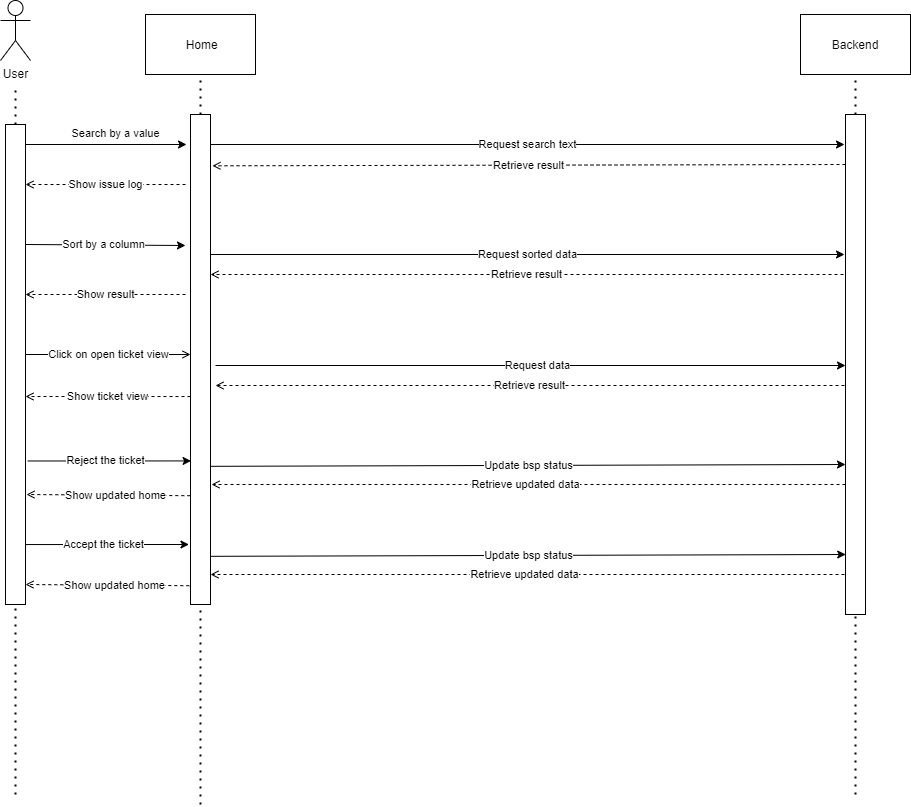
Earlier version of the draw.io export Sequence Diagrams/sequence Approvals.png (DiWeera98/IN2900Docs). Source tidied: cells renumbered, new cells last; positions are measured from the earlier drawing's top-left corner, leaving out a move shared by most shapes.
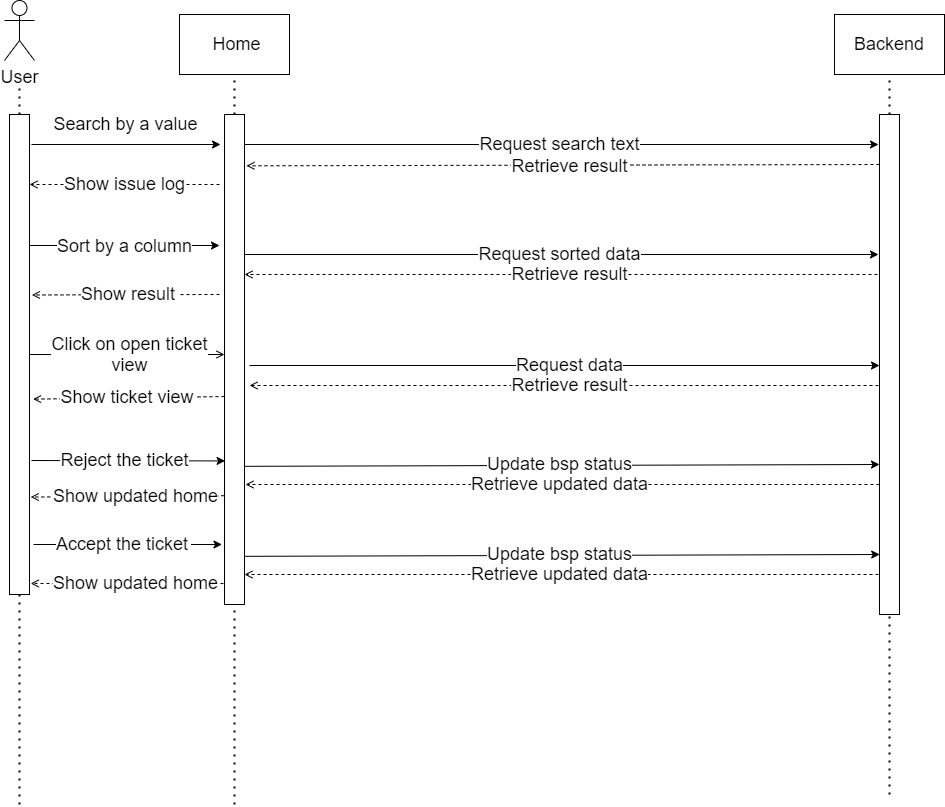
After the change.

What changed in the source:
```diff
@@ -2,15 +2,15 @@
   <root>
     <mxCell id="0" />
     <mxCell id="1" parent="0" />
-    <mxCell id="2" value="&amp;nbsp;Home" style="rounded=0;whiteSpace=wrap;html=1;" parent="1" vertex="1">
+    <mxCell id="2" value="&lt;font style=&quot;font-size: 18px&quot;&gt;&amp;nbsp;Home&lt;/font&gt;" style="rounded=0;whiteSpace=wrap;html=1;" parent="1" vertex="1">
       <mxGeometry x="145" y="14" width="110" height="60" as="geometry" />
     </mxCell>
-    <mxCell id="3" value="Backend" style="rounded=0;whiteSpace=wrap;html=1;" parent="1" vertex="1">
+    <mxCell id="3" value="&lt;font style=&quot;font-size: 18px&quot;&gt;Backend&lt;/font&gt;" style="rounded=0;whiteSpace=wrap;html=1;" parent="1" vertex="1">
       <mxGeometry x="800" y="14" width="110" height="60" as="geometry" />
     </mxCell>
     <mxCell id="4" style="endArrow=none;dashed=1;html=1;dashPattern=1 3;strokeWidth=2;" parent="1" edge="1" source="15">
       <mxGeometry relative="1" as="geometry">
-        <mxPoint x="15" y="84" as="targetPoint" />
+        <mxPoint x="-15" y="84" as="targetPoint" />
       </mxGeometry>
     </mxCell>
     <mxCell id="5" style="endArrow=none;dashed=1;html=1;dashPattern=1 3;strokeWidth=2;entryX=0.5;entryY=1;entryDx=0;entryDy=0;" parent="1" edge="1" source="17" target="2">
@@ -19,55 +19,54 @@
     <mxCell id="6" style="endArrow=none;dashed=1;html=1;dashPattern=1 3;strokeWidth=2;entryX=0.5;entryY=1;entryDx=0;entryDy=0;" parent="1" edge="1" source="23" target="3">
       <mxGeometry relative="1" as="geometry" />
     </mxCell>
-    <mxCell id="7" value="Request sorted data" style="endArrow=classic;html=1;" parent="1" edge="1">
-      <mxGeometry relative="1" as="geometry">
+    <mxCell id="7" value="&lt;font style=&quot;font-size: 18px&quot;&gt;Request sorted data&lt;/font&gt;" style="endArrow=classic;html=1;" parent="1" edge="1">
+      <mxGeometry x="-0.01" relative="1" as="geometry">
         <mxPoint x="210" y="254" as="sourcePoint" />
         <mxPoint x="844" y="254" as="targetPoint" />
       </mxGeometry>
     </mxCell>
-    <mxCell id="8" value="Retrieve result" style="endArrow=open;html=1;dashed=1;endFill=0;" parent="1" edge="1">
-      <mxGeometry relative="1" as="geometry">
+    <mxCell id="8" value="&lt;font style=&quot;font-size: 18px&quot;&gt;Retrieve result&lt;/font&gt;" style="endArrow=open;html=1;dashed=1;endFill=0;" parent="1" edge="1">
+      <mxGeometry x="-0.03" relative="1" as="geometry">
         <mxPoint x="843" y="274" as="sourcePoint" />
         <mxPoint x="210" y="274" as="targetPoint" />
       </mxGeometry>
     </mxCell>
-    <mxCell id="9" value="Show result" style="endArrow=open;html=1;dashed=1;endFill=0;" parent="1" edge="1">
-      <mxGeometry relative="1" as="geometry">
+    <mxCell id="9" value="&lt;font style=&quot;font-size: 18px&quot;&gt;Show result&lt;/font&gt;&amp;nbsp;" style="endArrow=open;html=1;dashed=1;endFill=0;entryX=1.12;entryY=0.376;entryDx=0;entryDy=0;entryPerimeter=0;" parent="1" edge="1" target="15">
+      <mxGeometry x="-0.04" relative="1" as="geometry">
         <mxPoint x="185" y="294" as="sourcePoint" />
-        <mxPoint x="25" y="294" as="targetPoint" />
       </mxGeometry>
     </mxCell>
-    <mxCell id="10" value="Click on open ticket view" style="endArrow=open;html=1;endFill=0;" parent="1" edge="1">
-      <mxGeometry relative="1" as="geometry">
-        <mxPoint x="25" y="354" as="sourcePoint" />
+    <mxCell id="10" value="&lt;font style=&quot;font-size: 18px&quot;&gt;Click on open ticket&lt;br&gt;view&lt;br&gt;&lt;/font&gt;" style="endArrow=open;html=1;endFill=0;exitX=1;exitY=0.5;exitDx=0;exitDy=0;" parent="1" edge="1">
+      <mxGeometry x="0.03" relative="1" as="geometry">
+        <mxPoint x="-5" y="354" as="sourcePoint" />
         <mxPoint x="190" y="354" as="targetPoint" />
       </mxGeometry>
     </mxCell>
-    <mxCell id="11" value="Reject the ticket" style="endArrow=classic;html=1;exitX=1.106;exitY=0.701;exitDx=0;exitDy=0;exitPerimeter=0;entryX=0.03;entryY=0.707;entryDx=0;entryDy=0;entryPerimeter=0;" parent="1" edge="1" source="15" target="17">
-      <mxGeometry x="-0.04" relative="1" as="geometry" />
+    <mxCell id="11" value="&lt;font style=&quot;font-size: 18px&quot;&gt;Reject the ticket&lt;/font&gt;" style="endArrow=classic;html=1;entryX=0.03;entryY=0.707;entryDx=0;entryDy=0;entryPerimeter=0;" parent="1" edge="1" target="17">
+      <mxGeometry x="-0.04" relative="1" as="geometry">
+        <mxPoint x="-3" y="460" as="sourcePoint" />
+      </mxGeometry>
     </mxCell>
-    <mxCell id="12" value="Update bsp status" style="endArrow=classic;html=1;exitX=0.99;exitY=0.718;exitDx=0;exitDy=0;exitPerimeter=0;" parent="1" edge="1" source="17">
-      <mxGeometry relative="1" as="geometry">
+    <mxCell id="12" value="&lt;font style=&quot;font-size: 18px&quot;&gt;Update bsp status&lt;/font&gt;" style="endArrow=classic;html=1;exitX=0.99;exitY=0.718;exitDx=0;exitDy=0;exitPerimeter=0;" parent="1" edge="1" source="17">
+      <mxGeometry x="-0.01" y="1" relative="1" as="geometry">
         <mxPoint x="845" y="464" as="targetPoint" />
       </mxGeometry>
     </mxCell>
-    <mxCell id="13" value="Retrieve updated data" style="endArrow=open;html=1;dashed=1;endFill=0;" parent="1" edge="1">
+    <mxCell id="13" value="&lt;font style=&quot;font-size: 18px&quot;&gt;Retrieve updated data&lt;/font&gt;" style="endArrow=open;html=1;dashed=1;endFill=0;" parent="1" edge="1">
       <mxGeometry x="0.01" relative="1" as="geometry">
         <mxPoint x="845" y="484" as="sourcePoint" />
         <mxPoint x="211" y="484" as="targetPoint" />
       </mxGeometry>
     </mxCell>
-    <mxCell id="14" value="Show updated home" style="endArrow=open;html=1;dashed=1;endFill=0;exitX=-0.01;exitY=0.778;exitDx=0;exitDy=0;exitPerimeter=0;" parent="1" edge="1" source="17">
-      <mxGeometry x="-0.09" relative="1" as="geometry">
-        <mxPoint x="26" y="494" as="targetPoint" />
-      </mxGeometry>
+    <mxCell id="14" value="&lt;font style=&quot;font-size: 18px&quot;&gt;Show updated home&lt;/font&gt;" style="endArrow=open;html=1;dashed=1;endFill=0;exitX=-0.01;exitY=0.778;exitDx=0;exitDy=0;exitPerimeter=0;entryX=1.059;entryY=0.797;entryDx=0;entryDy=0;entryPerimeter=0;" parent="1" edge="1" source="17" target="15">
+      <mxGeometry x="-0.09" relative="1" as="geometry" />
     </mxCell>
     <mxCell id="15" style="rounded=0;whiteSpace=wrap;html=1;" parent="1" vertex="1">
-      <mxGeometry x="5" y="124" width="20" height="480" as="geometry" />
+      <mxGeometry x="-25" y="114" width="20" height="480" as="geometry" />
     </mxCell>
     <mxCell id="16" style="endArrow=none;dashed=1;html=1;dashPattern=1 3;strokeWidth=2;" parent="1" edge="1" target="15">
       <mxGeometry relative="1" as="geometry">
-        <mxPoint x="15" y="794" as="sourcePoint" />
+        <mxPoint x="-15" y="804" as="sourcePoint" />
       </mxGeometry>
     </mxCell>
     <mxCell id="17" style="rounded=0;whiteSpace=wrap;html=1;" parent="1" vertex="1">
@@ -78,25 +77,24 @@
         <mxPoint x="200" y="804" as="sourcePoint" />
       </mxGeometry>
     </mxCell>
-    <mxCell id="19" value="User&lt;br&gt;" style="shape=umlActor;verticalLabelPosition=bottom;verticalAlign=top;html=1;" parent="1" vertex="1">
-      <mxGeometry width="30" height="60" as="geometry" />
+    <mxCell id="19" value="&lt;font style=&quot;font-size: 18px&quot;&gt;User&lt;/font&gt;" style="shape=umlActor;verticalLabelPosition=bottom;verticalAlign=top;html=1;" parent="1" vertex="1">
+      <mxGeometry x="-30" width="30" height="60" as="geometry" />
     </mxCell>
-    <mxCell id="20" value="Request data" style="endArrow=classic;html=1;" parent="1" edge="1">
+    <mxCell id="20" value="&lt;font style=&quot;font-size: 18px&quot;&gt;Request data&lt;/font&gt;" style="endArrow=classic;html=1;" parent="1" edge="1">
       <mxGeometry x="0.02" relative="1" as="geometry">
         <mxPoint x="215" y="365" as="sourcePoint" />
         <mxPoint x="845" y="365" as="targetPoint" />
       </mxGeometry>
     </mxCell>
-    <mxCell id="21" value="Retrieve result" style="endArrow=open;html=1;dashed=1;endFill=0;" parent="1" edge="1">
-      <mxGeometry relative="1" as="geometry">
+    <mxCell id="21" value="&lt;font style=&quot;font-size: 18px&quot;&gt;Retrieve result&lt;/font&gt;" style="endArrow=open;html=1;dashed=1;endFill=0;" parent="1" edge="1">
+      <mxGeometry x="-0.02" relative="1" as="geometry">
         <mxPoint x="844" y="385" as="sourcePoint" />
         <mxPoint x="215" y="385" as="targetPoint" />
       </mxGeometry>
     </mxCell>
-    <mxCell id="22" value="Show ticket view" style="endArrow=open;html=1;dashed=1;endFill=0;exitX=0.25;exitY=0.277;exitDx=0;exitDy=0;exitPerimeter=0;" parent="1" edge="1">
+    <mxCell id="22" value="&lt;font style=&quot;font-size: 18px&quot;&gt;Show ticket view&lt;/font&gt;&amp;nbsp;" style="endArrow=open;html=1;dashed=1;endFill=0;exitX=0.25;exitY=0.277;exitDx=0;exitDy=0;exitPerimeter=0;entryX=1.18;entryY=0.593;entryDx=0;entryDy=0;entryPerimeter=0;" parent="1" edge="1" target="15">
       <mxGeometry relative="1" as="geometry">
         <mxPoint x="190" y="396.1" as="sourcePoint" />
-        <mxPoint x="25" y="396" as="targetPoint" />
       </mxGeometry>
     </mxCell>
     <mxCell id="23" style="rounded=0;whiteSpace=wrap;html=1;" parent="1" vertex="1">
@@ -107,57 +105,58 @@
         <mxPoint x="855" y="794" as="sourcePoint" />
       </mxGeometry>
     </mxCell>
-    <mxCell id="25" value="Sort by a column" style="endArrow=classic;html=1;exitX=1;exitY=0.25;exitDx=0;exitDy=0;" parent="1" edge="1" source="15">
-      <mxGeometry x="-0.03" relative="1" as="geometry">
+    <mxCell id="25" value="&lt;font style=&quot;font-size: 18px&quot;&gt;Sort by a column&lt;/font&gt;" style="endArrow=classic;html=1;" parent="1" edge="1">
+      <mxGeometry relative="1" as="geometry">
+        <mxPoint x="-5" y="245" as="sourcePoint" />
         <mxPoint x="185" y="245" as="targetPoint" />
+        <mxPoint y="1" as="offset" />
       </mxGeometry>
     </mxCell>
-    <mxCell id="26" value="Show issue log" style="endArrow=open;html=1;dashed=1;endFill=0;" parent="1" edge="1">
+    <mxCell id="26" value="&lt;font style=&quot;font-size: 18px&quot;&gt;Show issue log&lt;/font&gt;" style="endArrow=open;html=1;dashed=1;endFill=0;" parent="1" edge="1">
       <mxGeometry relative="1" as="geometry">
         <mxPoint x="185" y="184" as="sourcePoint" />
-        <mxPoint x="25" y="184" as="targetPoint" />
+        <mxPoint x="-5" y="184" as="targetPoint" />
       </mxGeometry>
     </mxCell>
-    <mxCell id="27" value="Request search text" style="endArrow=classic;html=1;" parent="1" edge="1">
-      <mxGeometry relative="1" as="geometry">
+    <mxCell id="27" value="&lt;font style=&quot;font-size: 18px&quot;&gt;Request search text&lt;/font&gt;" style="endArrow=classic;html=1;" parent="1" edge="1">
+      <mxGeometry x="-0.01" relative="1" as="geometry">
         <mxPoint x="210" y="144" as="sourcePoint" />
         <mxPoint x="844" y="144" as="targetPoint" />
       </mxGeometry>
     </mxCell>
-    <mxCell id="28" value="Retrieve result" style="endArrow=open;html=1;dashed=1;endFill=0;exitX=-0.047;exitY=0.151;exitDx=0;exitDy=0;exitPerimeter=0;" parent="1" edge="1">
-      <mxGeometry relative="1" as="geometry">
+    <mxCell id="28" value="&lt;font style=&quot;font-size: 18px&quot;&gt;Retrieve result&lt;/font&gt;" style="endArrow=open;html=1;dashed=1;endFill=0;exitX=-0.047;exitY=0.151;exitDx=0;exitDy=0;exitPerimeter=0;" parent="1" edge="1">
+      <mxGeometry x="-0.02" y="1" relative="1" as="geometry">
         <mxPoint x="845" y="164" as="sourcePoint" />
         <mxPoint x="211.9" y="165.3" as="targetPoint" />
       </mxGeometry>
     </mxCell>
-    <mxCell id="29" value="Search by a value" style="endArrow=classic;html=1;exitX=0.965;exitY=0.296;exitDx=0;exitDy=0;exitPerimeter=0;" parent="1" edge="1">
-      <mxGeometry x="0.12" y="11" relative="1" as="geometry">
-        <mxPoint x="25" y="144" as="sourcePoint" />
+    <mxCell id="29" value="&lt;font style=&quot;font-size: 18px&quot;&gt;Search by a value&lt;/font&gt;" style="endArrow=classic;html=1;" parent="1" edge="1">
+      <mxGeometry x="-0.01" y="20" relative="1" as="geometry">
+        <mxPoint x="-3" y="144" as="sourcePoint" />
         <mxPoint x="186" y="144" as="targetPoint" />
       </mxGeometry>
     </mxCell>
-    <mxCell id="30" value="Accept the ticket" style="endArrow=classic;html=1;exitX=1.106;exitY=0.701;exitDx=0;exitDy=0;exitPerimeter=0;entryX=0.03;entryY=0.707;entryDx=0;entryDy=0;entryPerimeter=0;" parent="1" edge="1">
+    <mxCell id="30" value="&lt;font style=&quot;font-size: 18px&quot;&gt;Accept the ticket&lt;/font&gt;&amp;nbsp;" style="endArrow=classic;html=1;entryX=0.03;entryY=0.707;entryDx=0;entryDy=0;entryPerimeter=0;" parent="1" edge="1">
       <mxGeometry x="-0.04" relative="1" as="geometry">
-        <mxPoint x="25" y="544" as="sourcePoint" />
-        <mxPoint x="188.5" y="544" as="targetPoint" />
+        <mxPoint x="-1" y="544" as="sourcePoint" />
+        <mxPoint x="187.5" y="544" as="targetPoint" />
       </mxGeometry>
     </mxCell>
-    <mxCell id="31" value="Update bsp status" style="endArrow=classic;html=1;exitX=0.99;exitY=0.718;exitDx=0;exitDy=0;exitPerimeter=0;" parent="1" edge="1">
-      <mxGeometry relative="1" as="geometry">
+    <mxCell id="31" value="&lt;font style=&quot;font-size: 18px&quot;&gt;Update bsp status&lt;/font&gt;" style="endArrow=classic;html=1;exitX=0.99;exitY=0.718;exitDx=0;exitDy=0;exitPerimeter=0;" parent="1" edge="1">
+      <mxGeometry x="-0.01" y="1" relative="1" as="geometry">
         <mxPoint x="210" y="555.8" as="sourcePoint" />
         <mxPoint x="845.2" y="554" as="targetPoint" />
       </mxGeometry>
     </mxCell>
-    <mxCell id="32" value="Retrieve updated data" style="endArrow=open;html=1;dashed=1;endFill=0;" parent="1" edge="1">
+    <mxCell id="32" value="&lt;font style=&quot;font-size: 18px&quot;&gt;Retrieve updated data&lt;/font&gt;" style="endArrow=open;html=1;dashed=1;endFill=0;" parent="1" edge="1">
       <mxGeometry x="0.01" relative="1" as="geometry">
         <mxPoint x="844" y="574" as="sourcePoint" />
         <mxPoint x="210" y="574" as="targetPoint" />
       </mxGeometry>
     </mxCell>
-    <mxCell id="33" value="Show updated home" style="endArrow=open;html=1;dashed=1;endFill=0;exitX=-0.01;exitY=0.778;exitDx=0;exitDy=0;exitPerimeter=0;" parent="1" edge="1">
+    <mxCell id="33" value="&lt;font style=&quot;font-size: 18px&quot;&gt;Show updated home&lt;/font&gt;" style="endArrow=open;html=1;dashed=1;endFill=0;entryX=1.059;entryY=0.977;entryDx=0;entryDy=0;entryPerimeter=0;" parent="1" edge="1" target="15">
       <mxGeometry x="-0.09" relative="1" as="geometry">
-        <mxPoint x="188.8" y="585.2" as="sourcePoint" />
-        <mxPoint x="25" y="584" as="targetPoint" />
+        <mxPoint x="189" y="583" as="sourcePoint" />
       </mxGeometry>
     </mxCell>
   </root>
```
